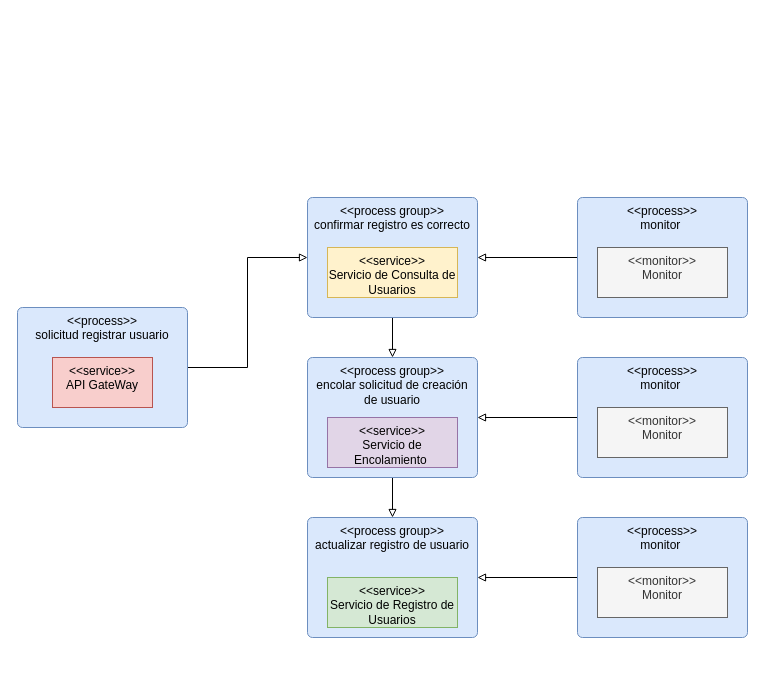
This is page "Page-1" (1 of 2) of diagramas/Concurrency.drawio from AfLosada/ArquitecturasAgiles-G13, a draw.io file, before an edit. Source tidied: cells renumbered, new cells numbered last; positions are measured from the earlier drawing's top-left corner, leaving out a move shared by most shapes. Both pictures are drawn from the tidied source at 100%, with x=0, y=0 at pixel (17, 197).
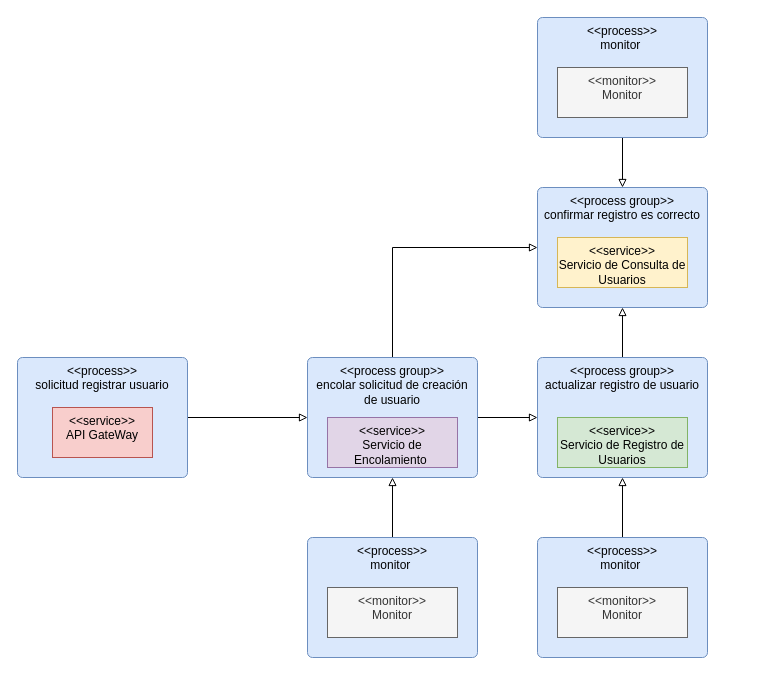
The same page after the edit.

Unchanged cells that the change refers to:
```xml
<mxCell id="9" value="&amp;lt;&amp;lt;process group&amp;gt;&amp;gt;&lt;br&gt;encolar solicitud de creación de usuario" style="html=1;align=center;verticalAlign=top;rounded=1;absoluteArcSize=1;arcSize=10;dashed=0;whiteSpace=wrap;fillColor=#dae8fc;strokeColor=#6c8ebf;" parent="1" vertex="1">
  <mxGeometry x="290" y="160" width="170" height="120" as="geometry" />
</mxCell>
```

What changed in the source:
```diff
@@
-    <mxCell id="2" style="edgeStyle=orthogonalEdgeStyle;rounded=0;jettySize=auto;html=1;endArrow=block;endFill=0;" parent="1" edge="1" source="3" target="6">
+    <mxCell id="2" style="edgeStyle=orthogonalEdgeStyle;rounded=0;jettySize=auto;html=1;endArrow=block;endFill=0;" parent="1" edge="1" source="3" target="9">
       <mxGeometry relative="1" as="geometry" />
     </mxCell>
     <mxCell id="3" value="&amp;lt;&amp;lt;process&amp;gt;&amp;gt;&lt;br&gt;solicitud registrar usuario" style="html=1;align=center;verticalAlign=top;rounded=1;absoluteArcSize=1;arcSize=10;dashed=0;whiteSpace=wrap;fillColor=#dae8fc;strokeColor=#6c8ebf;" parent="1" vertex="1">
-      <mxGeometry y="110" width="170" height="120" as="geometry" />
+      <mxGeometry y="160" width="170" height="120" as="geometry" />
     </mxCell>
     <mxCell id="4" value="&amp;lt;&amp;lt;service&amp;gt;&amp;gt;&lt;br&gt;API GateWay" style="html=1;dashed=0;whiteSpace=wrap;verticalAlign=top;fillColor=#f8cecc;strokeColor=#b85450;" parent="1" vertex="1">
-      <mxGeometry x="35" y="160" width="100" height="50" as="geometry" />
+      <mxGeometry x="35" y="210" width="100" height="50" as="geometry" />
     </mxCell>
-    <mxCell id="5" style="edgeStyle=orthogonalEdgeStyle;rounded=0;jettySize=auto;html=1;endArrow=block;endFill=0;" parent="1" edge="1" source="6" target="9">
+    <mxCell id="5" style="edgeStyle=orthogonalEdgeStyle;rounded=0;jettySize=auto;html=1;endArrow=none;endFill=0;startArrow=block;startFill=0;" parent="1" edge="1" source="6" target="9">
       <mxGeometry relative="1" as="geometry" />
     </mxCell>
     <mxCell id="6" value="&amp;lt;&amp;lt;process group&amp;gt;&amp;gt;&lt;br&gt;confirmar registro es correcto" style="html=1;align=center;verticalAlign=top;rounded=1;absoluteArcSize=1;arcSize=10;dashed=0;whiteSpace=wrap;fillColor=#dae8fc;strokeColor=#6c8ebf;" parent="1" vertex="1">
-      <mxGeometry x="290" width="170" height="120" as="geometry" />
+      <mxGeometry x="520" y="-10" width="170" height="120" as="geometry" />
     </mxCell>
     <mxCell id="7" value="&amp;lt;&amp;lt;service&amp;gt;&amp;gt;&lt;br&gt;Servicio de Consulta de Usuarios" style="html=1;dashed=0;whiteSpace=wrap;verticalAlign=top;fillColor=#fff2cc;strokeColor=#d6b656;" parent="1" vertex="1">
-      <mxGeometry x="310" y="50" width="130" height="50" as="geometry" />
+      <mxGeometry x="540" y="40" width="130" height="50" as="geometry" />
     </mxCell>
@@
+    <mxCell id="22" style="edgeStyle=orthogonalEdgeStyle;rounded=0;jettySize=auto;html=1;endArrow=block;endFill=0;" parent="1" edge="1" source="11" target="6">
+      <mxGeometry relative="1" as="geometry" />
+    </mxCell>
     <mxCell id="11" value="&amp;lt;&amp;lt;process group&amp;gt;&amp;gt;&lt;br&gt;actualizar registro de usuario" style="html=1;align=center;verticalAlign=top;rounded=1;absoluteArcSize=1;arcSize=10;dashed=0;whiteSpace=wrap;fillColor=#dae8fc;strokeColor=#6c8ebf;" parent="1" vertex="1">
-      <mxGeometry x="290" y="320" width="170" height="120" as="geometry" />
+      <mxGeometry x="520" y="160" width="170" height="120" as="geometry" />
     </mxCell>
     <mxCell id="12" value="&amp;lt;&amp;lt;service&amp;gt;&amp;gt;&lt;br&gt;Servicio de Registro de Usuarios" style="html=1;dashed=0;whiteSpace=wrap;verticalAlign=top;fillColor=#d5e8d4;strokeColor=#82b366;" parent="1" vertex="1">
-      <mxGeometry x="310" y="380" width="130" height="50" as="geometry" />
+      <mxGeometry x="540" y="220" width="130" height="50" as="geometry" />
     </mxCell>
@@
     <mxCell id="14" value="&amp;lt;&amp;lt;process&amp;gt;&amp;gt;&lt;br&gt;monitor&amp;nbsp;" style="html=1;align=center;verticalAlign=top;rounded=1;absoluteArcSize=1;arcSize=10;dashed=0;whiteSpace=wrap;fillColor=#dae8fc;strokeColor=#6c8ebf;" parent="1" vertex="1">
-      <mxGeometry x="560" width="170" height="120" as="geometry" />
+      <mxGeometry x="520" y="-180" width="170" height="120" as="geometry" />
     </mxCell>
     <mxCell id="15" value="&amp;lt;&amp;lt;monitor&amp;gt;&amp;gt;&lt;br&gt;Monitor" style="html=1;dashed=0;whiteSpace=wrap;verticalAlign=top;fillColor=#f5f5f5;strokeColor=#666666;fontColor=#333333;" parent="1" vertex="1">
-      <mxGeometry x="580" y="50" width="130" height="50" as="geometry" />
+      <mxGeometry x="540" y="-130" width="130" height="50" as="geometry" />
     </mxCell>
@@
     <mxCell id="17" value="&amp;lt;&amp;lt;process&amp;gt;&amp;gt;&lt;br&gt;monitor&amp;nbsp;" style="html=1;align=center;verticalAlign=top;rounded=1;absoluteArcSize=1;arcSize=10;dashed=0;whiteSpace=wrap;fillColor=#dae8fc;strokeColor=#6c8ebf;" parent="1" vertex="1">
-      <mxGeometry x="560" y="160" width="170" height="120" as="geometry" />
+      <mxGeometry x="290" y="340" width="170" height="120" as="geometry" />
     </mxCell>
     <mxCell id="18" value="&amp;lt;&amp;lt;monitor&amp;gt;&amp;gt;&lt;br&gt;Monitor" style="html=1;dashed=0;whiteSpace=wrap;verticalAlign=top;fillColor=#f5f5f5;strokeColor=#666666;fontColor=#333333;" parent="1" vertex="1">
-      <mxGeometry x="580" y="210" width="130" height="50" as="geometry" />
+      <mxGeometry x="310" y="390" width="130" height="50" as="geometry" />
     </mxCell>
@@
     <mxCell id="20" value="&amp;lt;&amp;lt;process&amp;gt;&amp;gt;&lt;br&gt;monitor&amp;nbsp;" style="html=1;align=center;verticalAlign=top;rounded=1;absoluteArcSize=1;arcSize=10;dashed=0;whiteSpace=wrap;fillColor=#dae8fc;strokeColor=#6c8ebf;" parent="1" vertex="1">
-      <mxGeometry x="560" y="320" width="170" height="120" as="geometry" />
+      <mxGeometry x="520" y="340" width="170" height="120" as="geometry" />
     </mxCell>
     <mxCell id="21" value="&amp;lt;&amp;lt;monitor&amp;gt;&amp;gt;&lt;br&gt;Monitor" style="html=1;dashed=0;whiteSpace=wrap;verticalAlign=top;fillColor=#f5f5f5;strokeColor=#666666;fontColor=#333333;" parent="1" vertex="1">
-      <mxGeometry x="580" y="370" width="130" height="50" as="geometry" />
+      <mxGeometry x="540" y="390" width="130" height="50" as="geometry" />
     </mxCell>
```
